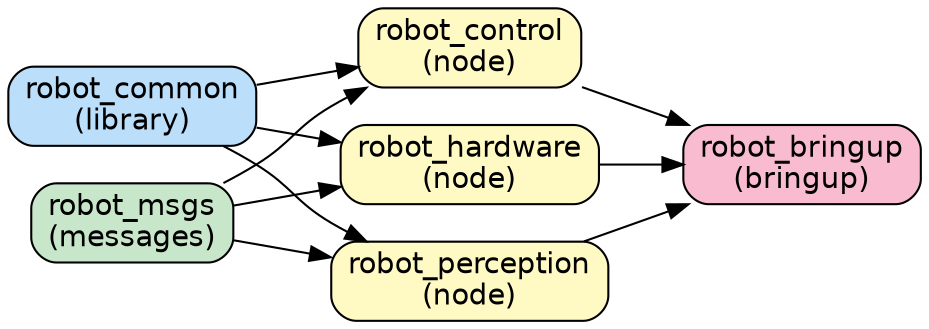
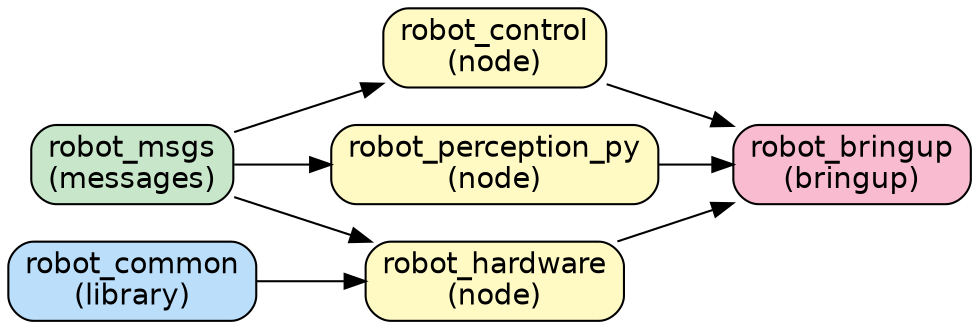
digraph G {
  rankdir=LR;
  node [shape=box, style="rounded,filled", fontname="Helvetica"];

  "robot_bringup" [fillcolor="#f8bbd0", label="robot_bringup\n(bringup)"];
  "robot_common" [fillcolor="#bbdefb", label="robot_common\n(library)"];
  "robot_control" [fillcolor="#fff9c4", label="robot_control\n(node)"];
  "robot_hardware" [fillcolor="#fff9c4", label="robot_hardware\n(node)"];
  "robot_msgs" [fillcolor="#c8e6c9", label="robot_msgs\n(messages)"];
-   "robot_perception" [fillcolor="#fff9c4", label="robot_perception\n(node)"];
+   "robot_perception_py" [fillcolor="#fff9c4", label="robot_perception_py\n(node)"];

  "robot_hardware" -> "robot_bringup";
-   "robot_perception" -> "robot_bringup";
+   "robot_perception_py" -> "robot_bringup";
  "robot_control" -> "robot_bringup";
-   "robot_common" -> "robot_control";
  "robot_msgs" -> "robot_control";
  "robot_common" -> "robot_hardware";
  "robot_msgs" -> "robot_hardware";
-   "robot_common" -> "robot_perception";
-   "robot_msgs" -> "robot_perception";
+   "robot_msgs" -> "robot_perception_py";
}
